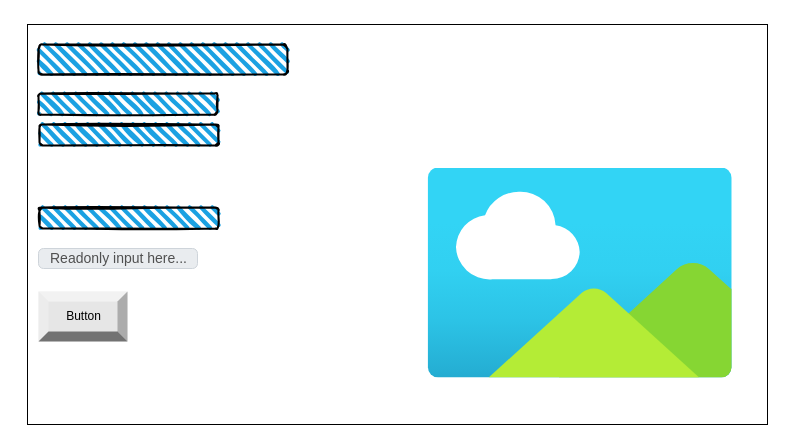
The draw.io diagram page "Page-1" (1 of 2) of design/story-board.drawio in ekaterina-chernykh/ICS20-Unit-5-02, before the edit. Source tidied: cells renumbered, new cells numbered last; positions are measured from the earlier drawing's top-left corner, leaving out a move shared by most shapes. Both pictures are drawn from the tidied source at 100%, with x=0, y=0 at pixel (27, 24).
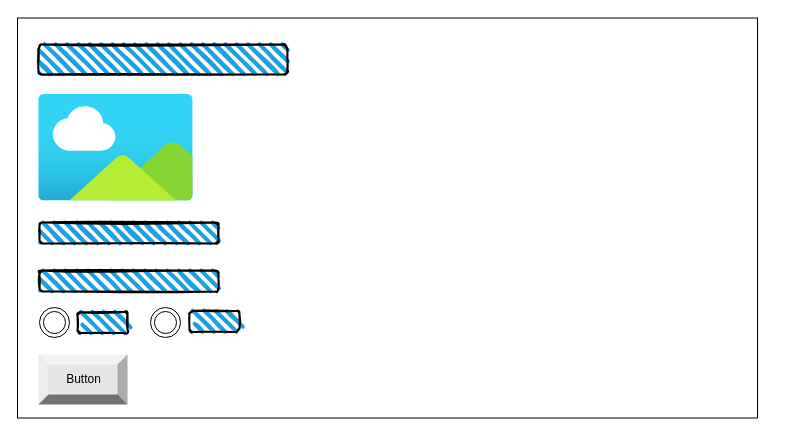
The same diagram, later.

Commit message (it also covers changes not shown here):
flowchart and storyboard

Change to the diagram source:
```diff
@@
 <mxGraphModel>
   <root>
     <mxCell id="0" />
     <mxCell id="1" parent="0" />
     <mxCell id="2" style="rounded=0;whiteSpace=wrap;html=1;" parent="1" vertex="1">
-      <mxGeometry width="740" height="400" as="geometry" />
+      <mxGeometry x="-10" y="-6.5" width="740" height="400" as="geometry" />
     </mxCell>
     <mxCell id="3" style="rounded=1;whiteSpace=wrap;html=1;strokeWidth=2;fillWeight=4;hachureGap=8;hachureAngle=45;fillColor=#1ba1e2;sketch=1;" parent="1" vertex="1">
       <mxGeometry x="11" y="20" width="249" height="30" as="geometry" />
     </mxCell>
     <mxCell id="4" style="rounded=1;whiteSpace=wrap;html=1;strokeWidth=2;fillWeight=4;hachureGap=8;hachureAngle=45;fillColor=#1ba1e2;sketch=1;" parent="1" vertex="1">
-      <mxGeometry x="12" y="100" width="179" height="21" as="geometry" />
+      <mxGeometry x="12" y="198" width="179" height="21" as="geometry" />
     </mxCell>
-    <mxCell id="5" style="rounded=1;whiteSpace=wrap;html=1;strokeWidth=2;fillWeight=4;hachureGap=8;hachureAngle=45;fillColor=#1ba1e2;sketch=1;" parent="1" vertex="1">
-      <mxGeometry x="11" y="69" width="179" height="21" as="geometry" />
-    </mxCell>
     <mxCell id="6" style="rounded=1;whiteSpace=wrap;html=1;strokeWidth=2;fillWeight=4;hachureGap=8;hachureAngle=45;fillColor=#1ba1e2;sketch=1;" parent="1" vertex="1">
-      <mxGeometry x="12" y="183" width="179" height="21" as="geometry" />
+      <mxGeometry x="12" y="246" width="179" height="21" as="geometry" />
     </mxCell>
-    <mxCell id="7" value="Readonly input here..." style="html=1;shadow=0;dashed=0;shape=mxgraph.bootstrap.rrect;rSize=5;strokeColor=#CED4DA;strokeWidth=1;fillColor=#E9ECEF;fontColor=#505050;whiteSpace=wrap;align=left;verticalAlign=middle;spacingLeft=10;fontSize=14;" parent="1" vertex="1">
-      <mxGeometry x="11" y="224" width="159" height="20" as="geometry" />
-    </mxCell>
     <mxCell id="8" value="Button" style="labelPosition=center;verticalLabelPosition=middle;align=center;html=1;shape=mxgraph.basic.shaded_button;dx=10;fillColor=#E6E6E6;strokeColor=none;" parent="1" vertex="1">
-      <mxGeometry x="11" y="267" width="89" height="50" as="geometry" />
+      <mxGeometry x="11" y="330" width="89" height="50" as="geometry" />
     </mxCell>
     <mxCell id="9" style="html=1;align=center;image;fontSize=12;image=img/lib/azure2/general/Image.svg;fillColor=#BA6D07;" parent="1" vertex="1">
-      <mxGeometry x="400" y="143.5" width="305.4" height="210" as="geometry" />
+      <mxGeometry x="11" y="70" width="154.9" height="106.5" as="geometry" />
     </mxCell>
+    <mxCell id="10" style="ellipse;shape=doubleEllipse;whiteSpace=wrap;html=1;" parent="1" vertex="1">
+      <mxGeometry x="12" y="283" width="30" height="30" as="geometry" />
+    </mxCell>
+    <mxCell id="11" style="rounded=1;whiteSpace=wrap;html=1;strokeWidth=2;fillWeight=4;hachureGap=8;hachureAngle=45;fillColor=#1ba1e2;sketch=1;" parent="1" vertex="1">
+      <mxGeometry x="50" y="287.5" width="50" height="21" as="geometry" />
+    </mxCell>
+    <mxCell id="12" style="ellipse;shape=doubleEllipse;whiteSpace=wrap;html=1;" parent="1" vertex="1">
+      <mxGeometry x="123" y="283" width="30" height="30" as="geometry" />
+    </mxCell>
+    <mxCell id="13" style="rounded=1;whiteSpace=wrap;html=1;strokeWidth=2;fillWeight=4;hachureGap=8;hachureAngle=45;fillColor=#1ba1e2;sketch=1;" parent="1" vertex="1">
+      <mxGeometry x="162" y="286.5" width="50" height="21" as="geometry" />
+    </mxCell>
   </root>
 </mxGraphModel>
```
